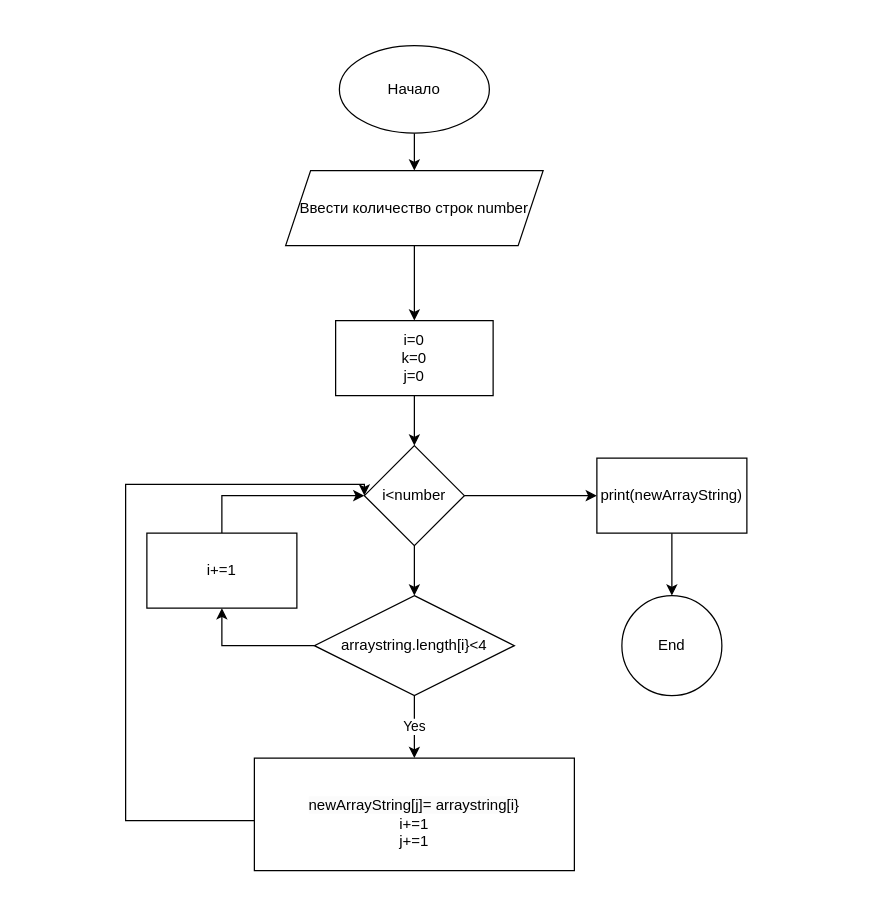
Above: Project.drawio in ryacha1983/Final_Project_main_block (draw.io), before the change. Source tidied: cells renumbered, new cells numbered last; positions are measured from the earlier drawing's top-left corner, leaving out a move shared by most shapes. Both pictures are drawn from the tidied source at 125%, with x=0, y=0 at pixel (125, 45).
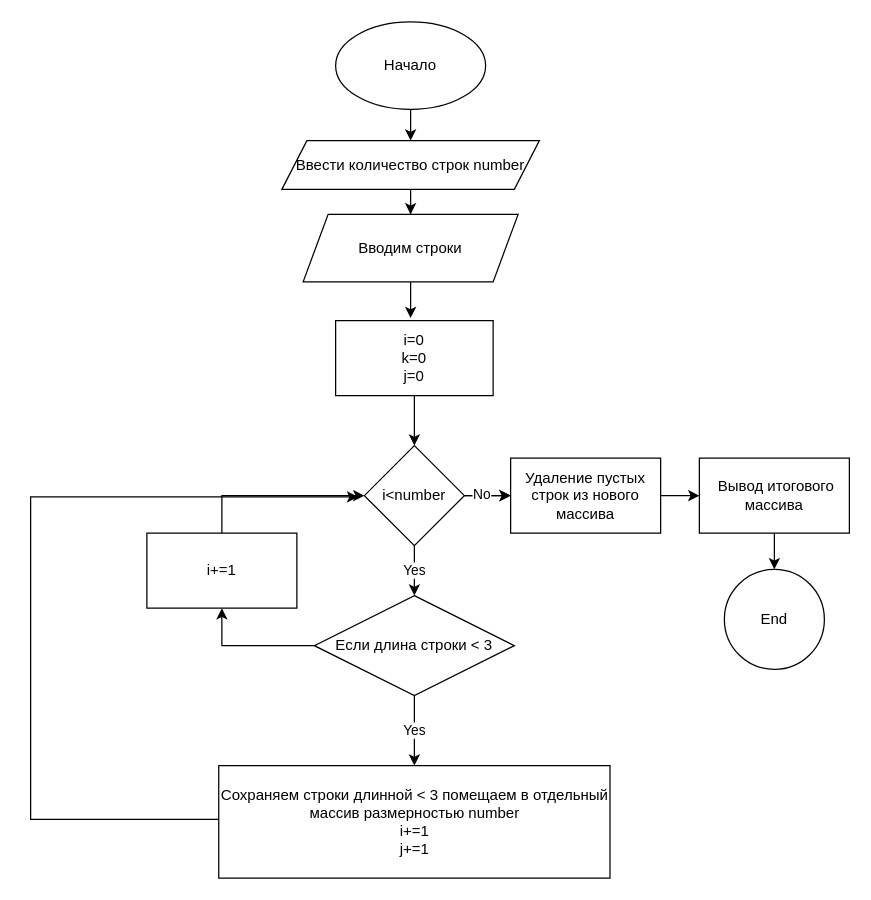
Above is the later version.

Commit message:
проект готов

Unchanged cells that the change refers to:
```xml
<mxCell id="7" value="i=0&lt;br&gt;k=0&lt;br&gt;j=0" style="rounded=0;whiteSpace=wrap;html=1;" parent="1" vertex="1">
  <mxGeometry x="168" y="220" width="126" height="60" as="geometry" />
</mxCell>
<mxCell id="10" value="i&amp;lt;number" style="rhombus;whiteSpace=wrap;html=1;" parent="1" vertex="1">
  <mxGeometry x="191" y="320" width="80" height="80" as="geometry" />
</mxCell>
```

Change to the diagram source:
```diff
@@
     <mxCell id="3" value="Начало" style="ellipse;whiteSpace=wrap;html=1;" parent="1" vertex="1">
-      <mxGeometry x="171" width="120" height="70" as="geometry" />
+      <mxGeometry x="168" y="-19" width="120" height="70" as="geometry" />
     </mxCell>
-    <mxCell id="4" style="edgeStyle=orthogonalEdgeStyle;rounded=0;jettySize=auto;html=1;" parent="1" edge="1" source="5" target="7">
-      <mxGeometry relative="1" as="geometry" />
-    </mxCell>
+    <mxCell id="21" style="edgeStyle=orthogonalEdgeStyle;rounded=0;jettySize=auto;html=1;entryX=0.5;entryY=0;entryDx=0;entryDy=0;" parent="1" edge="1" source="5" target="28">
+      <mxGeometry relative="1" as="geometry" />
+    </mxCell>
     <mxCell id="5" value="Ввести количество строк number" style="shape=parallelogram;perimeter=parallelogramPerimeter;whiteSpace=wrap;html=1;fixedSize=1;" parent="1" vertex="1">
-      <mxGeometry x="128" y="100" width="206" height="60" as="geometry" />
+      <mxGeometry x="125" y="76" width="206" height="39" as="geometry" />
     </mxCell>
@@
-    <mxCell id="8" style="edgeStyle=orthogonalEdgeStyle;rounded=0;jettySize=auto;html=1;entryX=0.5;entryY=0;entryDx=0;entryDy=0;" parent="1" edge="1" source="10" target="12">
+    <mxCell id="8" value="Yes" style="edgeStyle=orthogonalEdgeStyle;rounded=0;jettySize=auto;html=1;entryX=0.5;entryY=0;entryDx=0;entryDy=0;" parent="1" edge="1" source="10" target="12">
       <mxGeometry relative="1" as="geometry" />
     </mxCell>
-    <mxCell id="9" style="edgeStyle=orthogonalEdgeStyle;rounded=0;jettySize=auto;html=1;entryX=0;entryY=0.5;entryDx=0;entryDy=0;" parent="1" edge="1" source="10" target="14">
+    <mxCell id="9" style="edgeStyle=orthogonalEdgeStyle;rounded=0;jettySize=auto;html=1;entryX=0;entryY=0.5;entryDx=0;entryDy=0;" parent="1" edge="1" source="10" target="26">
       <mxGeometry relative="1" as="geometry" />
     </mxCell>
+    <mxCell id="22" style="edgeStyle=orthogonalEdgeStyle;rounded=0;jettySize=auto;html=1;" parent="1" edge="1" source="10" target="26">
+      <mxGeometry relative="1" as="geometry" />
+    </mxCell>
+    <mxCell id="23" value="No" style="edgeLabel;html=1;align=center;verticalAlign=middle;" parent="22" vertex="1">
+      <mxGeometry x="-0.41" y="2" relative="1" as="geometry" />
+    </mxCell>
@@
-    <mxCell id="12" value="arraystring.length[i}&amp;lt;4" style="rhombus;whiteSpace=wrap;html=1;" parent="1" vertex="1">
+    <mxCell id="12" value="Если длина строки &amp;lt; 3" style="rhombus;whiteSpace=wrap;html=1;" parent="1" vertex="1">
       <mxGeometry x="151" y="440" width="160" height="80" as="geometry" />
     </mxCell>
@@
-    <mxCell id="14" value="print(newArrayString)&lt;br&gt;" style="rounded=0;whiteSpace=wrap;html=1;" parent="1" vertex="1">
-      <mxGeometry x="377" y="330" width="120" height="60" as="geometry" />
+    <mxCell id="14" value="&amp;nbsp;Вывод итогового массива" style="rounded=0;whiteSpace=wrap;html=1;" parent="1" vertex="1">
+      <mxGeometry x="459" y="330" width="120" height="60" as="geometry" />
     </mxCell>
     <mxCell id="15" value="End" style="ellipse;whiteSpace=wrap;html=1;" parent="1" vertex="1">
-      <mxGeometry x="397" y="440" width="80" height="80" as="geometry" />
+      <mxGeometry x="479" y="419" width="80" height="80" as="geometry" />
     </mxCell>
-    <mxCell id="16" style="edgeStyle=orthogonalEdgeStyle;rounded=0;jettySize=auto;html=1;entryX=0;entryY=0.5;entryDx=0;entryDy=0;exitX=0;exitY=0.75;exitDx=0;exitDy=0;" parent="1" edge="1" source="17" target="10">
-      <mxGeometry relative="1" as="geometry">
-        <Array as="points">
-          <mxPoint x="171" y="620" />
-          <mxPoint y="620" />
-          <mxPoint y="351" />
-          <mxPoint x="191" y="351" />
-        </Array>
-      </mxGeometry>
-    </mxCell>
-    <mxCell id="17" value="&lt;br&gt;&lt;span style=&quot;color: rgb(0, 0, 0); font-family: Helvetica; font-size: 12px; font-style: normal; font-variant-ligatures: normal; font-variant-caps: normal; font-weight: 400; letter-spacing: normal; orphans: 2; text-align: center; text-indent: 0px; text-transform: none; widows: 2; word-spacing: 0px; -webkit-text-stroke-width: 0px; background-color: rgb(251, 251, 251); text-decoration-thickness: initial; text-decoration-style: initial; text-decoration-color: initial; float: none; display: inline !important;&quot;&gt;newArrayString[j]= arraystring[i}&lt;br&gt;&lt;/span&gt;i+=1&lt;br&gt;j+=1" style="rounded=0;whiteSpace=wrap;html=1;" parent="1" vertex="1">
-      <mxGeometry x="103" y="570" width="256" height="90" as="geometry" />
+    <mxCell id="17" value="Сохраняем строки длинной &amp;lt; 3 помещаем в отдельный массив размерностью number&lt;br&gt;i+=1&lt;br&gt;j+=1" style="rounded=0;whiteSpace=wrap;html=1;" parent="1" vertex="1">
+      <mxGeometry x="74.5" y="576" width="313" height="90" as="geometry" />
     </mxCell>
@@
+    <mxCell id="24" style="edgeStyle=orthogonalEdgeStyle;rounded=0;jettySize=auto;html=1;" parent="1" edge="1" source="17">
+      <mxGeometry relative="1" as="geometry">
+        <mxPoint x="186" y="361" as="targetPoint" />
+        <Array as="points">
+          <mxPoint x="-76" y="619" />
+          <mxPoint x="-76" y="361" />
+        </Array>
+      </mxGeometry>
+    </mxCell>
+    <mxCell id="25" style="edgeStyle=orthogonalEdgeStyle;rounded=0;jettySize=auto;html=1;entryX=0;entryY=0.5;entryDx=0;entryDy=0;" parent="1" edge="1" source="26" target="14">
+      <mxGeometry relative="1" as="geometry" />
+    </mxCell>
+    <mxCell id="26" value="Удаление пустых строк из нового массива" style="rounded=0;whiteSpace=wrap;html=1;" parent="1" vertex="1">
+      <mxGeometry x="308" y="330" width="120" height="60" as="geometry" />
+    </mxCell>
+    <mxCell id="27" style="edgeStyle=orthogonalEdgeStyle;rounded=0;jettySize=auto;html=1;" parent="1" edge="1" source="28">
+      <mxGeometry relative="1" as="geometry">
+        <mxPoint x="228" y="218" as="targetPoint" />
+      </mxGeometry>
+    </mxCell>
+    <mxCell id="28" value="Вводим строки" style="shape=parallelogram;perimeter=parallelogramPerimeter;whiteSpace=wrap;html=1;fixedSize=1;" parent="1" vertex="1">
+      <mxGeometry x="142" y="135" width="172" height="54" as="geometry" />
+    </mxCell>
```
